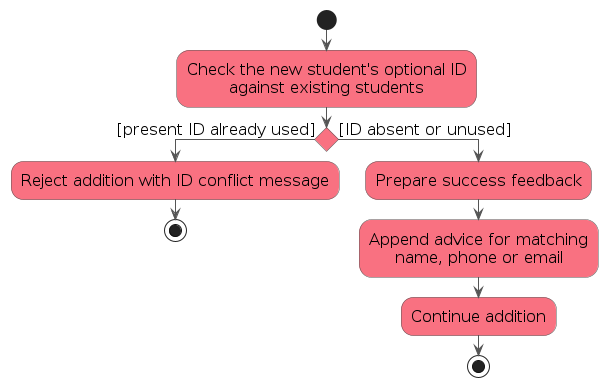
Above: diagrams/AddDuplicateCheckActivityDiagram.png in AY2627S1-CS2103T-T16-1/tp (PlantUML), before the change. Its source is kept beside it as diagrams/AddDuplicateCheckActivityDiagram.puml.
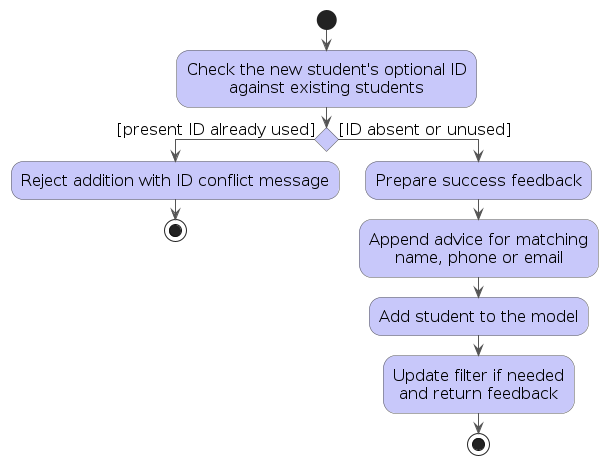
Above is the later version.

Diff of the diagram source:
```diff
@@ -2,7 +2,7 @@
 !include style.puml
 skinparam defaultFontSize 16
 skinparam ArrowFontStyle plain
-skinparam activityBackgroundColor MODEL_COLOR_T1
+skinparam activityBackgroundColor LOGIC_COLOR_T1
 skinparam activityBorderColor #555555
 skinparam arrowColor #555555
 
@@ -16,7 +16,9 @@
   :Prepare success feedback;
   :Append advice for matching
   name, phone or email;
-  :Continue addition;
+  :Add student to the model;
+  :Update filter if needed
+  and return feedback;
   stop
 endif
 @enduml
```
